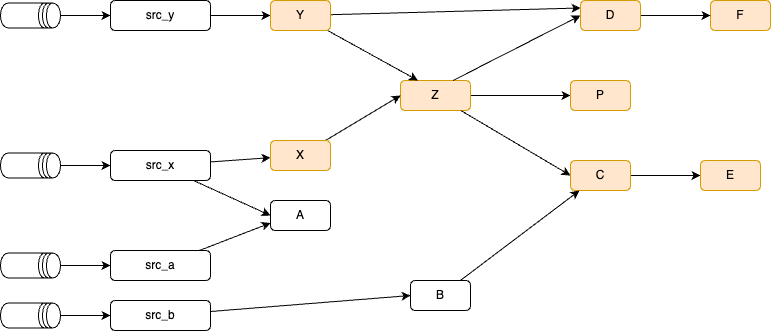
Above: docs/images/flink_pipeline_for_test.drawio.png in jbcodeforce/shift_left_utils (draw.io), before the change. Source tidied: cells renumbered, new cells last; positions are measured from the earlier drawing's top-left corner, leaving out a move shared by most shapes.
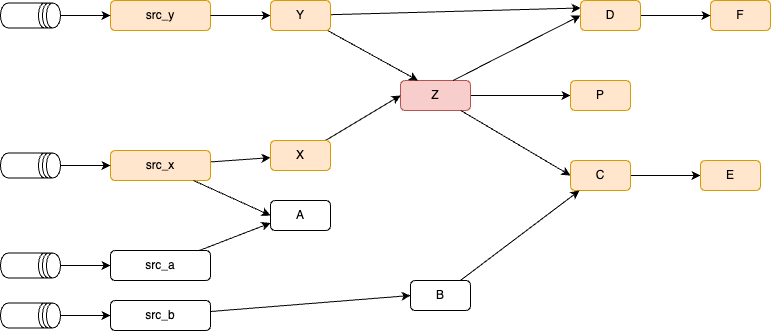
Above is the later version.

What changed in the source:
```diff
@@ -8,16 +8,16 @@
     <mxCell id="3" style="edgeStyle=none;html=1;" parent="1" edge="1" source="4" target="25">
       <mxGeometry relative="1" as="geometry" />
     </mxCell>
-    <mxCell id="4" value="src_x" style="rounded=1;whiteSpace=wrap;html=1;" parent="1" vertex="1">
+    <mxCell id="4" value="src_x" style="rounded=1;whiteSpace=wrap;html=1;fillColor=#ffe6cc;strokeColor=#d79b00;" parent="1" vertex="1">
       <mxGeometry x="110" y="150" width="100" height="30" as="geometry" />
     </mxCell>
-    <mxCell id="5" value="src_y" style="rounded=1;whiteSpace=wrap;html=1;" parent="1" vertex="1">
+    <mxCell id="5" value="src_y" style="rounded=1;whiteSpace=wrap;html=1;fillColor=#ffe6cc;strokeColor=#d79b00;" parent="1" vertex="1">
       <mxGeometry x="110" width="100" height="30" as="geometry" />
     </mxCell>
     <mxCell id="6" style="edgeStyle=none;html=1;" parent="1" edge="1" source="7" target="22">
       <mxGeometry relative="1" as="geometry" />
     </mxCell>
-    <mxCell id="7" value="Z" style="rounded=1;whiteSpace=wrap;html=1;fillColor=#ffe6cc;strokeColor=#d79b00;" parent="1" vertex="1">
+    <mxCell id="7" value="Z" style="rounded=1;whiteSpace=wrap;html=1;fillColor=#f8cecc;strokeColor=#b85450;" parent="1" vertex="1">
       <mxGeometry x="400" y="80" width="70" height="30" as="geometry" />
     </mxCell>
     <mxCell id="8" style="edgeStyle=none;html=1;entryX=0;entryY=0.5;entryDx=0;entryDy=0;exitX=1;exitY=0.5;exitDx=0;exitDy=0;" parent="1" edge="1" source="19" target="9">
```
